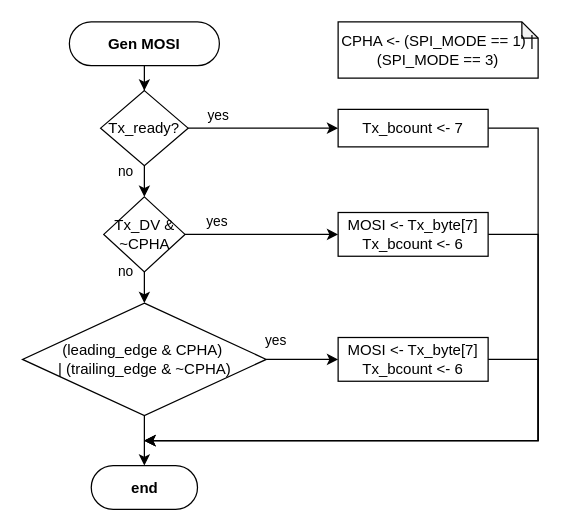
This is page "gen_MOSI" (3 of 4) of 01_doc/03_drawings/01_design/spi_master.drawio from Diogofernandes5/mthesis, a draw.io file, before an edit. Source tidied: cells renumbered, new cells numbered last; positions are measured from the earlier drawing's top-left corner, leaving out a move shared by most shapes. Both pictures are drawn from the tidied source at 125%, with x=0, y=0 at pixel (22, 21).
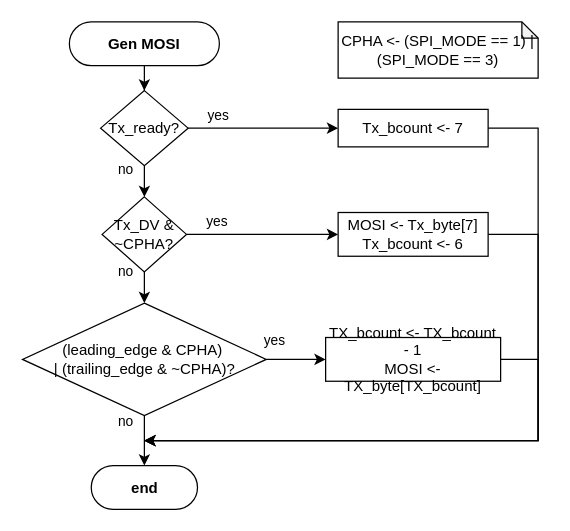
The same diagram, later.

Unchanged cells that the change refers to:
```xml
<mxCell id="19" value="&lt;b&gt;end&lt;/b&gt;" style="rounded=1;whiteSpace=wrap;html=1;arcSize=50;" parent="1" vertex="1">
  <mxGeometry x="54.5" y="355" width="85" height="35" as="geometry" />
</mxCell>
```

What changed in the source:
```diff
@@
-    <mxCell id="10" style="edgeStyle=orthogonalEdgeStyle;rounded=0;jettySize=auto;html=1;" parent="1" edge="1" source="11" target="19">
-      <mxGeometry relative="1" as="geometry" />
+    <mxCell id="10" value="no" style="edgeStyle=orthogonalEdgeStyle;rounded=0;jettySize=auto;html=1;" parent="1" edge="1" source="11" target="19">
+      <mxGeometry x="-0.75" y="-15" relative="1" as="geometry" />
     </mxCell>
-    <mxCell id="11" value="&lt;div&gt;(leading_edge &amp;amp; CPHA)&amp;nbsp;&lt;/div&gt;&lt;div&gt;| (trailing_edge &amp;amp; ~CPHA)&lt;/div&gt;" style="rhombus;whiteSpace=wrap;html=1;fontFamily=NewsGotT;" parent="1" vertex="1">
+    <mxCell id="11" value="&lt;div&gt;(leading_edge &amp;amp; CPHA)&amp;nbsp;&lt;/div&gt;&lt;div&gt;| (trailing_edge &amp;amp; ~CPHA)?&lt;/div&gt;" style="rhombus;whiteSpace=wrap;html=1;fontFamily=NewsGotT;" parent="1" vertex="1">
       <mxGeometry x="-0.5" y="225" width="195" height="90" as="geometry" />
     </mxCell>
@@
-    <mxCell id="14" value="&lt;div&gt;Tx_DV &amp;amp;&lt;/div&gt;&lt;div&gt;~CPHA&lt;/div&gt;" style="rhombus;whiteSpace=wrap;html=1;fontFamily=NewsGotT;" parent="1" vertex="1">
-      <mxGeometry x="64.5" y="140" width="65" height="60" as="geometry" />
+    <mxCell id="14" value="&lt;div&gt;Tx_DV &amp;amp;&lt;/div&gt;&lt;div&gt;~CPHA?&lt;/div&gt;" style="rhombus;whiteSpace=wrap;html=1;fontFamily=NewsGotT;" parent="1" vertex="1">
+      <mxGeometry x="63.2" y="140" width="67.5" height="60" as="geometry" />
     </mxCell>
@@
-    <mxCell id="18" value="&lt;div&gt;MOSI &amp;lt;- Tx_byte[7]&lt;/div&gt;&lt;div&gt;Tx_bcount &amp;lt;- 6&lt;/div&gt;" style="rounded=0;whiteSpace=wrap;html=1;fontFamily=NewsGotT;" parent="1" vertex="1">
-      <mxGeometry x="252" y="252.5" width="120" height="35" as="geometry" />
+    <mxCell id="18" value="&lt;div&gt;TX_bcount &amp;lt;- TX_bcount - 1&lt;/div&gt;&lt;div&gt;MOSI &amp;lt;- TX_byte[TX_bcount]&lt;/div&gt;" style="rounded=0;whiteSpace=wrap;html=1;fontFamily=NewsGotT;" parent="1" vertex="1">
+      <mxGeometry x="242" y="252.5" width="140" height="35" as="geometry" />
     </mxCell>
```
